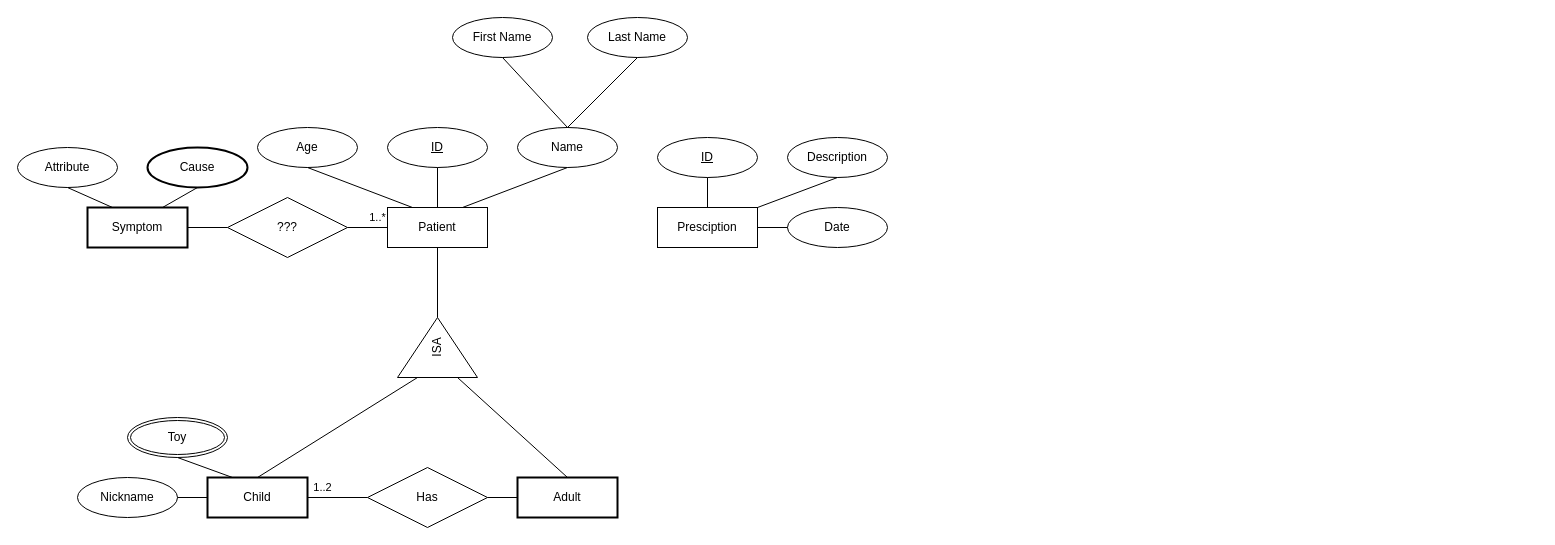
Before: Untitled Diagram.drawio in karma-riuk/DM_Assignments, a draw.io diagram. Source tidied: cells renumbered, new cells numbered last; positions are measured from the earlier drawing's top-left corner, leaving out a move shared by most shapes. Both pictures are drawn from the tidied source at 100%, with x=0, y=0 at pixel (17, 17).
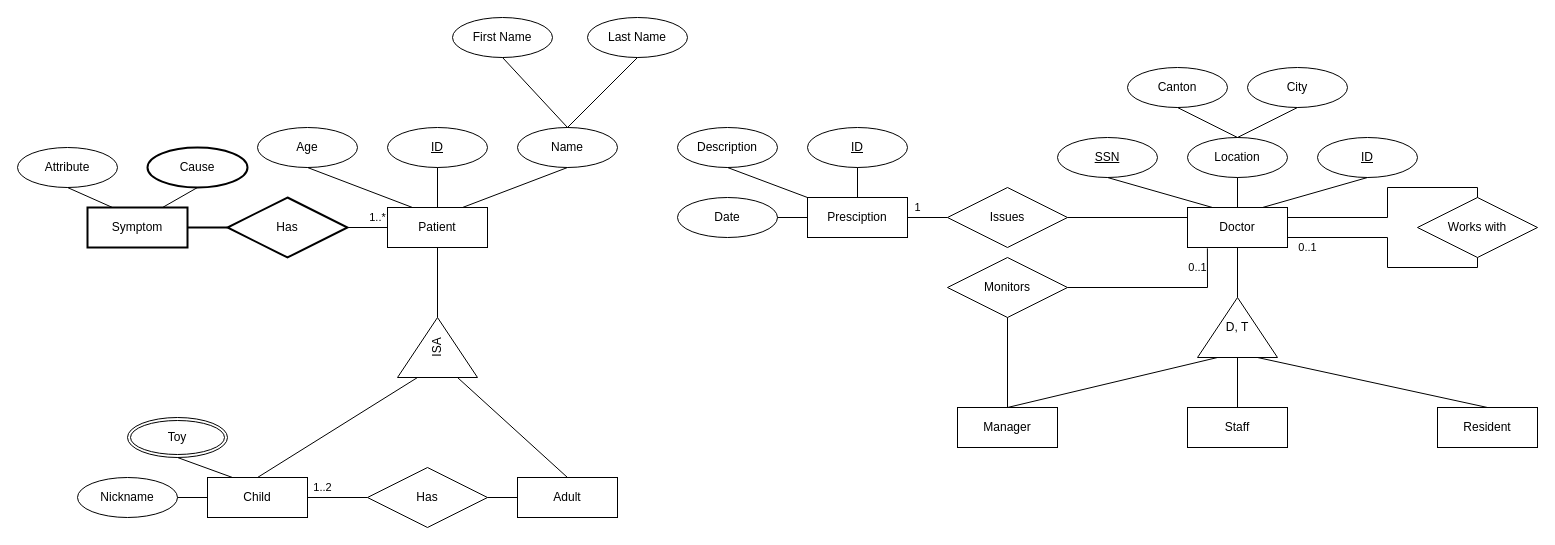
The same diagram, later.

The change refers to these unchanged cells:
```xml
<mxCell id="26" value="Symptom" style="shape=ext;margin=3;double=0;whiteSpace=wrap;html=1;align=center;strokeWidth=2;" parent="1" vertex="1">
  <mxGeometry x="70" y="190" width="100" height="40" as="geometry" />
</mxCell>
```

Diff of the diagram source:
```diff
@@
-    <mxCell id="16" value="Adult" style="shape=ext;margin=3;double=0;whiteSpace=wrap;html=1;align=center;strokeWidth=2;" parent="1" vertex="1">
+    <mxCell id="16" value="Adult" style="shape=ext;margin=3;double=0;whiteSpace=wrap;html=1;align=center;strokeWidth=1;" parent="1" vertex="1">
       <mxGeometry x="500" y="460" width="100" height="40" as="geometry" />
     </mxCell>
@@
-    <mxCell id="25" value="Child" style="shape=ext;margin=3;double=0;whiteSpace=wrap;html=1;align=center;strokeWidth=2;" parent="1" vertex="1">
+    <mxCell id="25" value="Child" style="shape=ext;margin=3;double=0;whiteSpace=wrap;html=1;align=center;strokeWidth=1;" parent="1" vertex="1">
       <mxGeometry x="190" y="460" width="100" height="40" as="geometry" />
     </mxCell>
@@
-    <mxCell id="27" value="???" style="shape=rhombus;perimeter=rhombusPerimeter;whiteSpace=wrap;html=1;align=center;strokeWidth=1;" parent="1" vertex="1">
+    <mxCell id="27" value="Has" style="shape=rhombus;perimeter=rhombusPerimeter;whiteSpace=wrap;html=1;align=center;strokeWidth=2;" parent="1" vertex="1">
       <mxGeometry x="210" y="180" width="120" height="60" as="geometry" />
     </mxCell>
-    <mxCell id="28" style="endArrow=none;html=1;rounded=0;strokeWidth=1;exitX=1;exitY=0.5;exitDx=0;exitDy=0;entryX=0;entryY=0.5;entryDx=0;entryDy=0;" parent="1" edge="1" source="26" target="27">
+    <mxCell id="28" style="endArrow=none;html=1;rounded=0;strokeWidth=2;exitX=1;exitY=0.5;exitDx=0;exitDy=0;entryX=0;entryY=0.5;entryDx=0;entryDy=0;" parent="1" edge="1" source="26" target="27">
       <mxGeometry relative="1" as="geometry" />
     </mxCell>
@@
     <mxCell id="34" value="Presciption" style="whiteSpace=wrap;html=1;align=center;strokeWidth=1;" parent="1" vertex="1">
-      <mxGeometry x="640" y="190" width="100" height="40" as="geometry" />
+      <mxGeometry x="790" y="180" width="100" height="40" as="geometry" />
     </mxCell>
     <mxCell id="35" value="ID" style="ellipse;whiteSpace=wrap;html=1;align=center;fontStyle=4;strokeWidth=1;" parent="1" vertex="1">
-      <mxGeometry x="640" y="120" width="100" height="40" as="geometry" />
+      <mxGeometry x="790" y="110" width="100" height="40" as="geometry" />
     </mxCell>
     <mxCell id="36" value="Date" style="ellipse;whiteSpace=wrap;html=1;align=center;strokeWidth=1;" parent="1" vertex="1">
-      <mxGeometry x="770" y="190" width="100" height="40" as="geometry" />
+      <mxGeometry x="660" y="180" width="100" height="40" as="geometry" />
     </mxCell>
     <mxCell id="37" value="Description" style="ellipse;whiteSpace=wrap;html=1;align=center;strokeWidth=1;" parent="1" vertex="1">
-      <mxGeometry x="770" y="120" width="100" height="40" as="geometry" />
+      <mxGeometry x="660" y="110" width="100" height="40" as="geometry" />
     </mxCell>
@@
-    <mxCell id="39" style="endArrow=none;html=1;rounded=0;strokeWidth=1;entryX=0.5;entryY=1;entryDx=0;entryDy=0;exitX=1;exitY=0;exitDx=0;exitDy=0;" parent="1" edge="1" source="34" target="37">
+    <mxCell id="39" style="endArrow=none;html=1;rounded=0;strokeWidth=1;entryX=0.5;entryY=1;entryDx=0;entryDy=0;exitX=0;exitY=0;exitDx=0;exitDy=0;" parent="1" edge="1" source="34" target="37">
       <mxGeometry relative="1" as="geometry" />
     </mxCell>
-    <mxCell id="40" style="endArrow=none;html=1;rounded=0;strokeWidth=1;entryX=0;entryY=0.5;entryDx=0;entryDy=0;exitX=1;exitY=0.5;exitDx=0;exitDy=0;" parent="1" edge="1" source="34" target="36">
+    <mxCell id="40" style="endArrow=none;html=1;rounded=0;strokeWidth=1;exitX=0;exitY=0.5;exitDx=0;exitDy=0;entryX=1;entryY=0.5;entryDx=0;entryDy=0;" parent="1" edge="1" source="34" target="36">
       <mxGeometry relative="1" as="geometry" />
     </mxCell>
+    <mxCell id="41" value="Doctor" style="whiteSpace=wrap;html=1;align=center;strokeWidth=1;" parent="1" vertex="1">
+      <mxGeometry x="1170" y="190" width="100" height="40" as="geometry" />
+    </mxCell>
+    <mxCell id="42" value="Location" style="ellipse;whiteSpace=wrap;html=1;align=center;strokeWidth=1;" parent="1" vertex="1">
+      <mxGeometry x="1170" y="120" width="100" height="40" as="geometry" />
+    </mxCell>
+    <mxCell id="43" value="SSN" style="ellipse;whiteSpace=wrap;html=1;align=center;fontStyle=4;strokeWidth=1;" parent="1" vertex="1">
+      <mxGeometry x="1040" y="120" width="100" height="40" as="geometry" />
+    </mxCell>
+    <mxCell id="44" value="ID" style="ellipse;whiteSpace=wrap;html=1;align=center;fontStyle=4;strokeWidth=1;" parent="1" vertex="1">
+      <mxGeometry x="1300" y="120" width="100" height="40" as="geometry" />
+    </mxCell>
+    <mxCell id="45" value="Canton" style="ellipse;whiteSpace=wrap;html=1;align=center;strokeWidth=1;" parent="1" vertex="1">
+      <mxGeometry x="1110" y="50" width="100" height="40" as="geometry" />
+    </mxCell>
+    <mxCell id="46" value="City" style="ellipse;whiteSpace=wrap;html=1;align=center;strokeWidth=1;" parent="1" vertex="1">
+      <mxGeometry x="1230" y="50" width="100" height="40" as="geometry" />
+    </mxCell>
+    <mxCell id="47" style="endArrow=none;html=1;rounded=0;strokeWidth=1;entryX=0.5;entryY=1;entryDx=0;entryDy=0;exitX=0.5;exitY=0;exitDx=0;exitDy=0;" parent="1" edge="1" source="42" target="45">
+      <mxGeometry relative="1" as="geometry" />
+    </mxCell>
+    <mxCell id="48" style="endArrow=none;html=1;rounded=0;strokeWidth=1;entryX=0.5;entryY=1;entryDx=0;entryDy=0;exitX=0.5;exitY=0;exitDx=0;exitDy=0;" parent="1" edge="1" source="42" target="46">
+      <mxGeometry relative="1" as="geometry" />
+    </mxCell>
+    <mxCell id="49" style="endArrow=none;html=1;rounded=0;strokeWidth=1;entryX=0.5;entryY=1;entryDx=0;entryDy=0;exitX=0.5;exitY=0;exitDx=0;exitDy=0;" parent="1" edge="1" source="41" target="42">
+      <mxGeometry relative="1" as="geometry" />
+    </mxCell>
+    <mxCell id="50" style="endArrow=none;html=1;rounded=0;strokeWidth=1;entryX=0.5;entryY=1;entryDx=0;entryDy=0;exitX=0.25;exitY=0;exitDx=0;exitDy=0;" parent="1" edge="1" source="41" target="43">
+      <mxGeometry relative="1" as="geometry" />
+    </mxCell>
+    <mxCell id="51" style="endArrow=none;html=1;rounded=0;strokeWidth=1;entryX=0.5;entryY=1;entryDx=0;entryDy=0;exitX=0.75;exitY=0;exitDx=0;exitDy=0;" parent="1" edge="1" source="41" target="44">
+      <mxGeometry relative="1" as="geometry" />
+    </mxCell>
+    <mxCell id="52" value="D, T" style="triangle;whiteSpace=wrap;rotation=0;horizontal=1;direction=north;flipV=0;flipH=0;verticalAlign=middle;html=1;labelPosition=center;verticalLabelPosition=middle;align=center;strokeWidth=1;" parent="1" vertex="1">
+      <mxGeometry x="1180" y="280" width="80" height="60" as="geometry" />
+    </mxCell>
+    <mxCell id="53" value="Resident" style="whiteSpace=wrap;html=1;align=center;strokeWidth=1;" parent="1" vertex="1">
+      <mxGeometry x="1420" y="390" width="100" height="40" as="geometry" />
+    </mxCell>
+    <mxCell id="54" value="Staff" style="whiteSpace=wrap;html=1;align=center;strokeWidth=1;" parent="1" vertex="1">
+      <mxGeometry x="1170" y="390" width="100" height="40" as="geometry" />
+    </mxCell>
+    <mxCell id="55" value="Manager" style="whiteSpace=wrap;html=1;align=center;strokeWidth=1;" parent="1" vertex="1">
+      <mxGeometry x="940" y="390" width="100" height="40" as="geometry" />
+    </mxCell>
+    <mxCell id="56" style="endArrow=none;html=1;rounded=0;strokeWidth=1;entryX=0.5;entryY=1;entryDx=0;entryDy=0;exitX=1;exitY=0.5;exitDx=0;exitDy=0;" parent="1" edge="1" source="52" target="41">
+      <mxGeometry relative="1" as="geometry" />
+    </mxCell>
+    <mxCell id="57" style="endArrow=none;html=1;rounded=0;strokeWidth=1;entryX=0;entryY=0.5;entryDx=0;entryDy=0;exitX=0.5;exitY=0;exitDx=0;exitDy=0;" parent="1" edge="1" source="54" target="52">
+      <mxGeometry relative="1" as="geometry" />
+    </mxCell>
+    <mxCell id="58" style="endArrow=none;html=1;rounded=0;strokeWidth=1;entryX=0;entryY=0.75;entryDx=0;entryDy=0;exitX=0.5;exitY=0;exitDx=0;exitDy=0;" parent="1" edge="1" source="53" target="52">
+      <mxGeometry relative="1" as="geometry" />
+    </mxCell>
+    <mxCell id="59" style="endArrow=none;html=1;rounded=0;strokeWidth=1;entryX=0;entryY=0.25;entryDx=0;entryDy=0;exitX=0.5;exitY=0;exitDx=0;exitDy=0;" parent="1" edge="1" source="55" target="52">
+      <mxGeometry relative="1" as="geometry" />
+    </mxCell>
+    <mxCell id="60" value="Monitors" style="shape=rhombus;perimeter=rhombusPerimeter;whiteSpace=wrap;html=1;align=center;strokeWidth=1;" parent="1" vertex="1">
+      <mxGeometry x="930" y="240" width="120" height="60" as="geometry" />
+    </mxCell>
+    <mxCell id="61" value="0..1" style="endArrow=none;html=1;rounded=0;strokeWidth=1;exitX=1;exitY=0.5;exitDx=0;exitDy=0;" parent="1" edge="1" source="60">
+      <mxGeometry x="0.86" y="20" relative="1" as="geometry">
+        <mxPoint x="1190" y="270" as="targetPoint" />
+      </mxGeometry>
+    </mxCell>
+    <mxCell id="62" style="endArrow=none;html=1;rounded=0;strokeWidth=1;entryX=0.5;entryY=1;entryDx=0;entryDy=0;exitX=0.5;exitY=0;exitDx=0;exitDy=0;" parent="1" edge="1" source="55" target="60">
+      <mxGeometry relative="1" as="geometry" />
+    </mxCell>
+    <mxCell id="63" value="Works with" style="shape=rhombus;perimeter=rhombusPerimeter;whiteSpace=wrap;html=1;align=center;strokeWidth=1;" parent="1" vertex="1">
+      <mxGeometry x="1400" y="180" width="120" height="60" as="geometry" />
+    </mxCell>
+    <mxCell id="64" style="endArrow=none;html=1;rounded=0;strokeWidth=1;entryX=1;entryY=0.25;entryDx=0;entryDy=0;" parent="1" edge="1" target="41">
+      <mxGeometry relative="1" as="geometry">
+        <mxPoint x="1370" y="200" as="sourcePoint" />
+      </mxGeometry>
+    </mxCell>
+    <mxCell id="65" style="endArrow=none;html=1;rounded=0;strokeWidth=1;" parent="1" edge="1">
+      <mxGeometry relative="1" as="geometry">
+        <mxPoint x="1370" y="170" as="sourcePoint" />
+        <mxPoint x="1370" y="200" as="targetPoint" />
+      </mxGeometry>
+    </mxCell>
+    <mxCell id="66" style="endArrow=none;html=1;rounded=0;strokeWidth=1;" parent="1" edge="1">
+      <mxGeometry relative="1" as="geometry">
+        <mxPoint x="1460" y="170" as="sourcePoint" />
+        <mxPoint x="1370" y="170" as="targetPoint" />
+      </mxGeometry>
+    </mxCell>
+    <mxCell id="67" style="endArrow=none;html=1;rounded=0;strokeWidth=1;entryX=0.5;entryY=0;entryDx=0;entryDy=0;" parent="1" edge="1" target="63">
+      <mxGeometry relative="1" as="geometry">
+        <mxPoint x="1460" y="170" as="sourcePoint" />
+      </mxGeometry>
+    </mxCell>
+    <mxCell id="68" value="0..1" style="endArrow=none;html=1;rounded=0;strokeWidth=1;entryX=1;entryY=0.25;entryDx=0;entryDy=0;" parent="1" edge="1">
+      <mxGeometry x="0.6" y="10" relative="1" as="geometry">
+        <mxPoint x="1370" y="220" as="sourcePoint" />
+        <mxPoint x="1270" y="220" as="targetPoint" />
+      </mxGeometry>
+    </mxCell>
+    <mxCell id="69" style="endArrow=none;html=1;rounded=0;strokeWidth=1;" parent="1" edge="1">
+      <mxGeometry relative="1" as="geometry">
+        <mxPoint x="1370" y="220" as="sourcePoint" />
+        <mxPoint x="1370" y="250" as="targetPoint" />
+      </mxGeometry>
+    </mxCell>
+    <mxCell id="70" style="endArrow=none;html=1;rounded=0;strokeWidth=1;" parent="1" edge="1">
+      <mxGeometry relative="1" as="geometry">
+        <mxPoint x="1460" y="250" as="sourcePoint" />
+        <mxPoint x="1370" y="250" as="targetPoint" />
+      </mxGeometry>
+    </mxCell>
+    <mxCell id="71" style="endArrow=none;html=1;rounded=0;strokeWidth=1;exitX=0.5;exitY=1;exitDx=0;exitDy=0;" parent="1" edge="1" source="63">
+      <mxGeometry relative="1" as="geometry">
+        <mxPoint x="1460" y="250" as="targetPoint" />
+      </mxGeometry>
+    </mxCell>
+    <mxCell id="72" style="endArrow=none;html=1;rounded=0;strokeWidth=1;exitX=0.199;exitY=1.021;exitDx=0;exitDy=0;exitPerimeter=0;" parent="1" edge="1" source="41">
+      <mxGeometry relative="1" as="geometry">
+        <mxPoint x="1190" y="270" as="targetPoint" />
+      </mxGeometry>
+    </mxCell>
+    <mxCell id="73" value="Issues" style="shape=rhombus;perimeter=rhombusPerimeter;whiteSpace=wrap;html=1;align=center;strokeWidth=1;" parent="1" vertex="1">
+      <mxGeometry x="930" y="170" width="120" height="60" as="geometry" />
+    </mxCell>
+    <mxCell id="74" style="endArrow=none;html=1;rounded=0;strokeWidth=1;entryX=0;entryY=0.25;entryDx=0;entryDy=0;" parent="1" edge="1" source="73" target="41">
+      <mxGeometry relative="1" as="geometry" />
+    </mxCell>
+    <mxCell id="75" value="1" style="endArrow=none;html=1;rounded=0;strokeWidth=1;entryX=0;entryY=0.5;entryDx=0;entryDy=0;exitX=1;exitY=0.5;exitDx=0;exitDy=0;" parent="1" edge="1" source="34" target="73">
+      <mxGeometry x="-0.5" y="10" relative="1" as="geometry" />
+    </mxCell>
```
